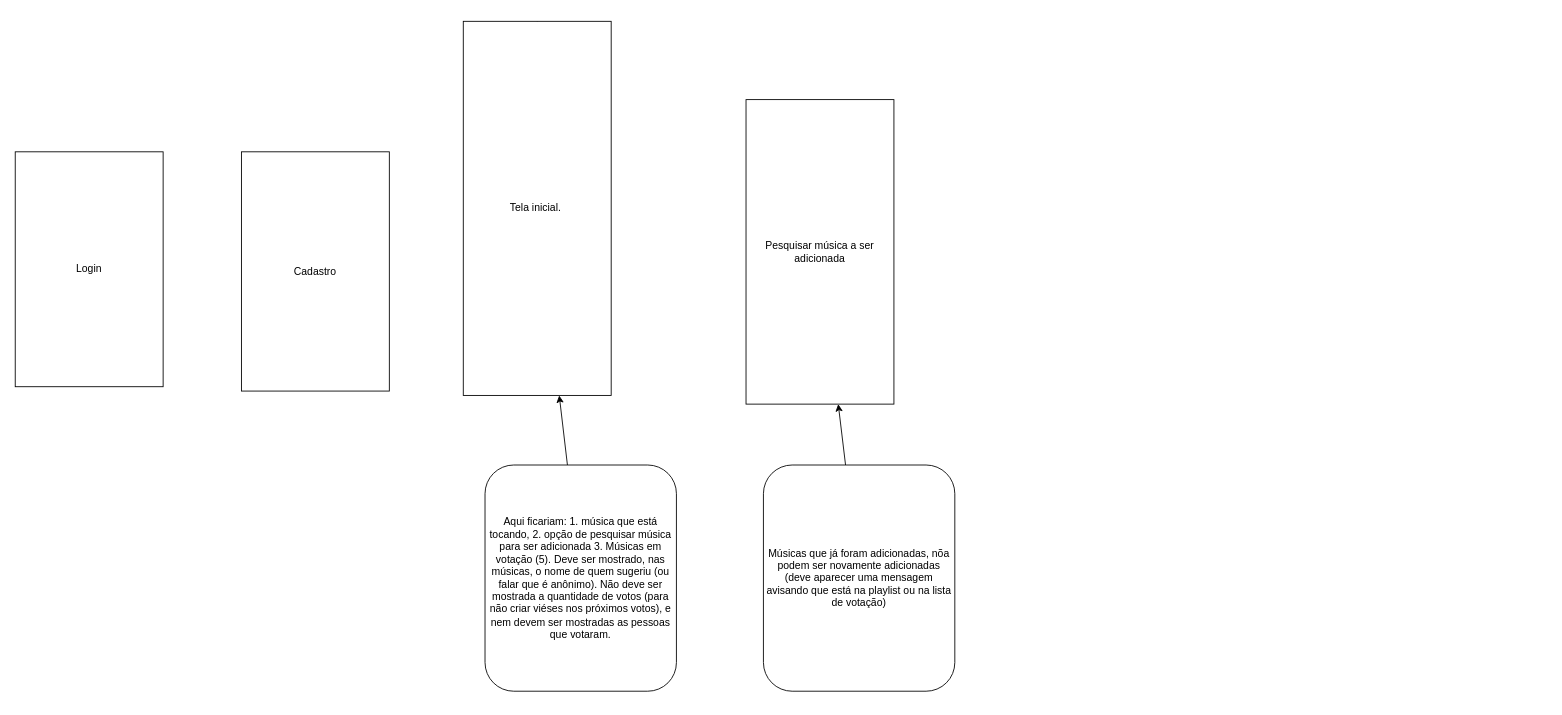
Before: telas/basicas.drawio in Scaramals/Code-Tower-projeto, a draw.io diagram. Source tidied: cells renumbered, new cells numbered last; positions are measured from the earlier drawing's top-left corner, leaving out a move shared by most shapes. Both pictures are drawn from the tidied source at 87%, with x=0, y=0 at pixel (15, 21).
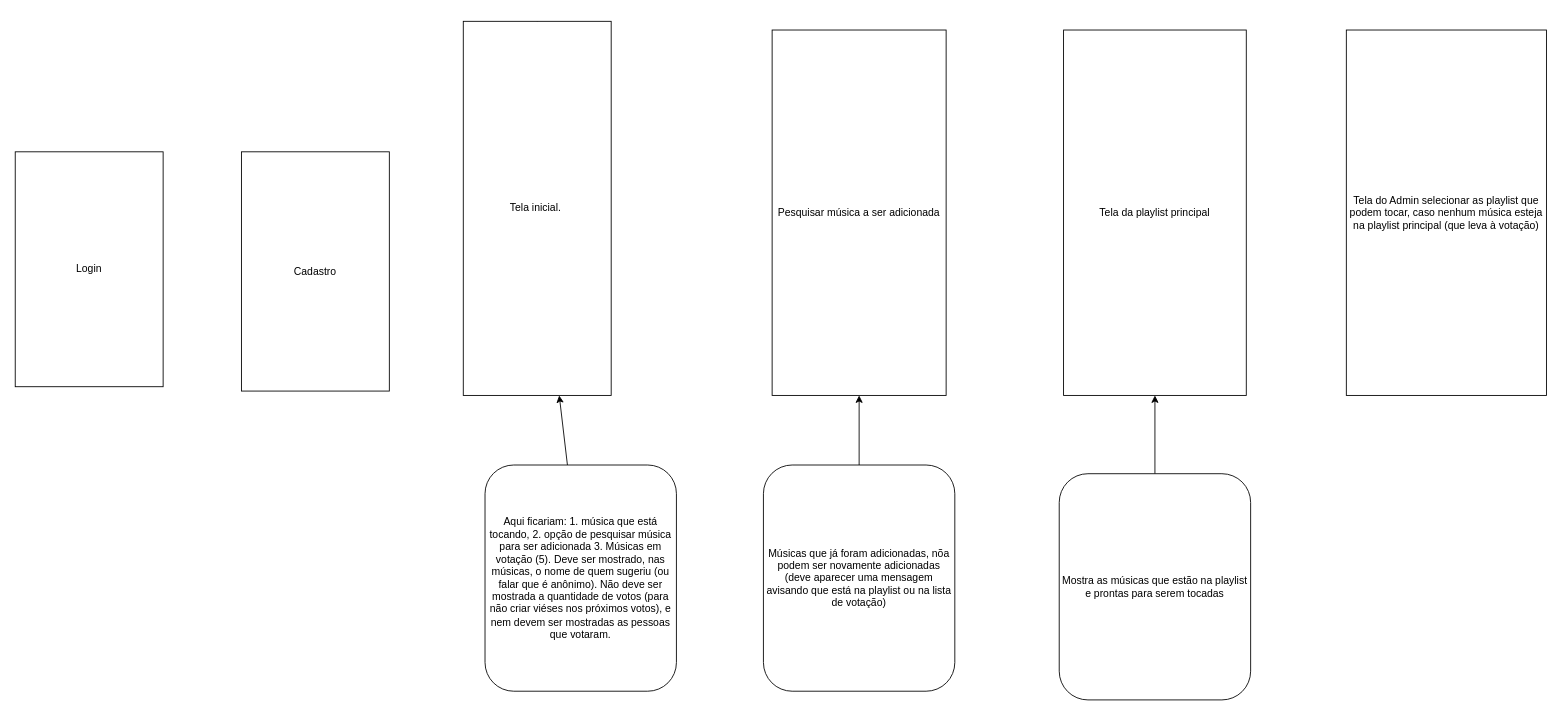
Above is the later version.

Change to the diagram source:
```diff
@@
 <mxGraphModel>
   <root>
     <mxCell id="0" />
     <mxCell id="1" parent="0" />
     <mxCell id="2" value="Login" style="whiteSpace=wrap;html=1;" parent="1" vertex="1">
       <mxGeometry y="150" width="170" height="270" as="geometry" />
     </mxCell>
     <mxCell id="3" value="Cadastro" style="whiteSpace=wrap;html=1;" parent="1" vertex="1">
       <mxGeometry x="260" y="150" width="170" height="275" as="geometry" />
     </mxCell>
     <mxCell id="4" style="edgeStyle=none;html=1;exitX=0.5;exitY=0;exitDx=0;exitDy=0;" parent="1" edge="1" source="5">
       <mxGeometry relative="1" as="geometry">
         <mxPoint x="600.3" y="149.6" as="targetPoint" />
       </mxGeometry>
     </mxCell>
     <mxCell id="5" value="Tela inicial.&amp;nbsp;" style="whiteSpace=wrap;html=1;" parent="1" vertex="1">
       <mxGeometry x="515" width="170" height="430" as="geometry" />
     </mxCell>
     <mxCell id="6" style="edgeStyle=none;html=1;" parent="1" edge="1" source="7" target="5">
       <mxGeometry relative="1" as="geometry" />
     </mxCell>
     <mxCell id="7" value="Aqui ficariam: 1. música que está tocando, 2. opção de pesquisar música para ser adicionada 3. Músicas em votação (5). Deve ser mostrado, nas músicas, o nome de quem sugeriu (ou falar que é anônimo). Não deve ser mostrada a quantidade de votos (para não criar viéses nos próximos votos), e nem devem ser mostradas as pessoas que votaram.&lt;br&gt;" style="rounded=1;whiteSpace=wrap;html=1;" parent="1" vertex="1">
       <mxGeometry x="540" y="510" width="220" height="260" as="geometry" />
     </mxCell>
     <mxCell id="8" value="Pesquisar música a ser adicionada" style="whiteSpace=wrap;html=1;" parent="1" vertex="1">
-      <mxGeometry x="840" y="90" width="170" height="350" as="geometry" />
+      <mxGeometry x="870" y="10" width="200" height="420" as="geometry" />
     </mxCell>
     <mxCell id="9" style="edgeStyle=none;html=1;" parent="1" edge="1" source="10" target="8">
       <mxGeometry relative="1" as="geometry" />
     </mxCell>
     <mxCell id="10" value="Músicas que já foram adicionadas, nõa podem ser novamente adicionadas (deve aparecer uma mensagem avisando que está na playlist ou na lista de votação)" style="rounded=1;whiteSpace=wrap;html=1;" parent="1" vertex="1">
       <mxGeometry x="860" y="510" width="220" height="260" as="geometry" />
     </mxCell>
+    <mxCell id="11" value="Tela da playlist principal&lt;br&gt;" style="whiteSpace=wrap;html=1;" parent="1" vertex="1">
+      <mxGeometry x="1205" y="10" width="210" height="420" as="geometry" />
+    </mxCell>
+    <mxCell id="12" style="edgeStyle=none;html=1;" parent="1" edge="1" source="13" target="11">
+      <mxGeometry relative="1" as="geometry" />
+    </mxCell>
+    <mxCell id="13" value="Mostra as músicas que estão na playlist e prontas para serem tocadas" style="rounded=1;whiteSpace=wrap;html=1;" parent="1" vertex="1">
+      <mxGeometry x="1200" y="520" width="220" height="260" as="geometry" />
+    </mxCell>
+    <mxCell id="14" value="Tela do Admin selecionar as playlist que podem tocar, caso nenhum música esteja na playlist principal (que leva à votação)" style="whiteSpace=wrap;html=1;" parent="1" vertex="1">
+      <mxGeometry x="1530" y="10" width="230" height="420" as="geometry" />
+    </mxCell>
   </root>
 </mxGraphModel>
```
